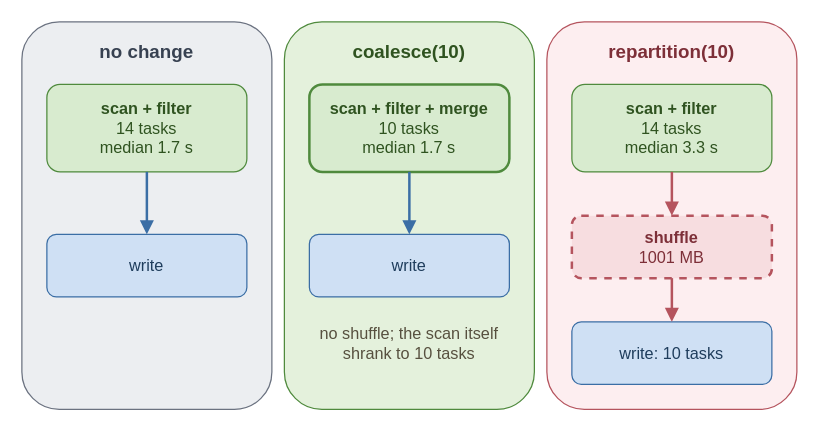
Earlier version of the draw.io diagram book/figures/repartition-vs-coalesce.drawio (AlanPhan04/spark-101-to-pro). Source tidied: cells renumbered, new cells numbered last; positions are measured from the earlier drawing's top-left corner, leaving out a move shared by most shapes. Both pictures are drawn from the tidied source at 125%, with x=0, y=0 at pixel (21, 21).
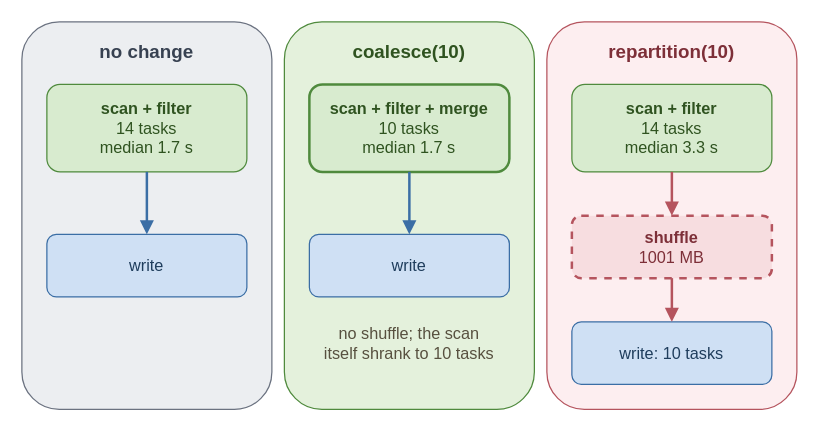
After the change.

Diff of the diagram source:
```diff
@@
 <mxGraphModel>
   <root>
     <mxCell id="0" />
     <mxCell id="1" parent="0" />
     <mxCell id="2" value="&lt;b&gt;no change&lt;/b&gt;" style="rounded=1;whiteSpace=wrap;html=1;verticalAlign=top;spacingTop=8;fillColor=#eceef1;strokeColor=#6b7280;fontColor=#374151;fontSize=15;" parent="1" vertex="1">
       <mxGeometry width="200" height="310" as="geometry" />
     </mxCell>
     <mxCell id="3" value="&lt;b&gt;coalesce(10)&lt;/b&gt;" style="rounded=1;whiteSpace=wrap;html=1;verticalAlign=top;spacingTop=8;fillColor=#e4f1dc;strokeColor=#4f8a3d;fontColor=#2f5320;fontSize=15;" parent="1" vertex="1">
       <mxGeometry x="210" width="200" height="310" as="geometry" />
     </mxCell>
     <mxCell id="4" value="&lt;b&gt;repartition(10)&lt;/b&gt;" style="rounded=1;whiteSpace=wrap;html=1;verticalAlign=top;spacingTop=8;fillColor=#fdeef0;strokeColor=#b5545e;fontColor=#7d2f38;fontSize=15;" parent="1" vertex="1">
       <mxGeometry x="420" width="200" height="310" as="geometry" />
     </mxCell>
     <mxCell id="5" value="&lt;b&gt;scan + filter&lt;/b&gt;&lt;br&gt;14 tasks&lt;br&gt;median 1.7 s" style="rounded=1;whiteSpace=wrap;html=1;fillColor=#d8ebcf;strokeColor=#4f8a3d;fontColor=#2f5320;fontSize=13;" parent="1" vertex="1">
       <mxGeometry x="20" y="50" width="160" height="70" as="geometry" />
     </mxCell>
     <mxCell id="6" value="write" style="rounded=1;whiteSpace=wrap;html=1;fillColor=#cfe0f4;strokeColor=#3b6ea5;fontColor=#1f3d5c;fontSize=13;" parent="1" vertex="1">
       <mxGeometry x="20" y="170" width="160" height="50" as="geometry" />
     </mxCell>
     <mxCell id="7" value="&lt;b&gt;scan + filter + merge&lt;/b&gt;&lt;br&gt;10 tasks&lt;br&gt;median 1.7 s" style="rounded=1;whiteSpace=wrap;html=1;fillColor=#d8ebcf;strokeColor=#4f8a3d;fontColor=#2f5320;strokeWidth=2;fontSize=13;" parent="1" vertex="1">
       <mxGeometry x="230" y="50" width="160" height="70" as="geometry" />
     </mxCell>
     <mxCell id="8" value="write" style="rounded=1;whiteSpace=wrap;html=1;fillColor=#cfe0f4;strokeColor=#3b6ea5;fontColor=#1f3d5c;fontSize=13;" parent="1" vertex="1">
       <mxGeometry x="230" y="170" width="160" height="50" as="geometry" />
     </mxCell>
-    <mxCell id="9" value="no shuffle; the scan itself shrank to 10 tasks" style="text;html=1;fillColor=none;strokeColor=none;align=center;fontColor=#57503f;fontSize=13;whiteSpace=wrap;" parent="1" vertex="1">
+    <mxCell id="9" value="no shuffle; the scan&lt;br&gt;itself shrank to 10 tasks" style="text;html=1;fillColor=none;strokeColor=none;align=center;fontColor=#57503f;fontSize=13;whiteSpace=wrap;" parent="1" vertex="1">
       <mxGeometry x="225" y="235" width="170" height="60" as="geometry" />
     </mxCell>
     <mxCell id="10" value="&lt;b&gt;scan + filter&lt;/b&gt;&lt;br&gt;14 tasks&lt;br&gt;median 3.3 s" style="rounded=1;whiteSpace=wrap;html=1;fillColor=#d8ebcf;strokeColor=#4f8a3d;fontColor=#2f5320;fontSize=13;" parent="1" vertex="1">
       <mxGeometry x="440" y="50" width="160" height="70" as="geometry" />
     </mxCell>
     <mxCell id="11" value="&lt;b&gt;shuffle&lt;/b&gt;&lt;br&gt;1001 MB" style="rounded=1;whiteSpace=wrap;html=1;fillColor=#f7dde0;strokeColor=#b5545e;fontColor=#7d2f38;strokeWidth=2;dashed=1;fontSize=13;" parent="1" vertex="1">
       <mxGeometry x="440" y="155" width="160" height="50" as="geometry" />
     </mxCell>
     <mxCell id="12" value="write: 10 tasks" style="rounded=1;whiteSpace=wrap;html=1;fillColor=#cfe0f4;strokeColor=#3b6ea5;fontColor=#1f3d5c;fontSize=13;" parent="1" vertex="1">
       <mxGeometry x="440" y="240" width="160" height="50" as="geometry" />
     </mxCell>
     <mxCell id="13" style="endArrow=block;html=1;strokeColor=#3b6ea5;strokeWidth=2;" parent="1" edge="1" source="5" target="6">
       <mxGeometry relative="1" as="geometry" />
     </mxCell>
     <mxCell id="14" style="endArrow=block;html=1;strokeColor=#3b6ea5;strokeWidth=2;" parent="1" edge="1" source="7" target="8">
       <mxGeometry relative="1" as="geometry" />
     </mxCell>
     <mxCell id="15" style="endArrow=block;html=1;strokeColor=#b5545e;strokeWidth=2;" parent="1" edge="1" source="10" target="11">
       <mxGeometry relative="1" as="geometry" />
     </mxCell>
     <mxCell id="16" style="endArrow=block;html=1;strokeColor=#b5545e;strokeWidth=2;" parent="1" edge="1" source="11" target="12">
       <mxGeometry relative="1" as="geometry" />
     </mxCell>
   </root>
 </mxGraphModel>
```
